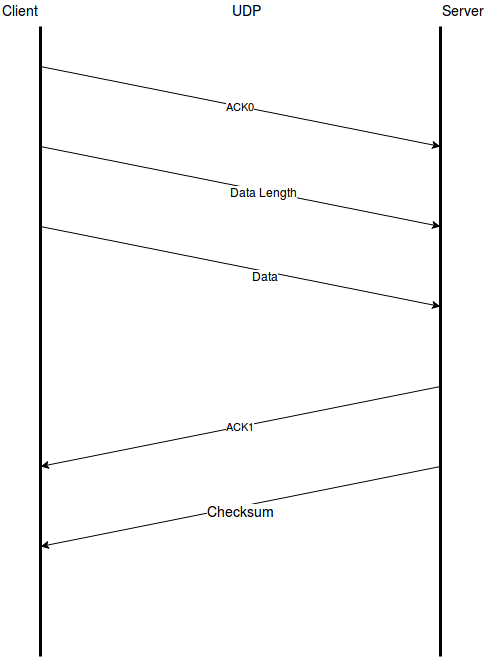
Above: FTv2/FTv2.1/docs/img/TFv2_Diagram.png in caffedrine/FileTransfer_UnixSockets (draw.io), before the change. Source tidied: cells renumbered, new cells last; positions are measured from the earlier drawing's top-left corner, leaving out a move shared by most shapes. Its diagram source:
```xml
<mxGraphModel background="#ffffff">
  <root>
    <mxCell id="0" />
    <mxCell id="1" parent="0" />
    <mxCell id="2" style="endArrow=none;html=1;strokeWidth=3;" parent="1" edge="1">
      <mxGeometry relative="1" as="geometry">
        <mxPoint x="40" y="656" as="sourcePoint" />
        <mxPoint x="40" y="26" as="targetPoint" />
      </mxGeometry>
    </mxCell>
    <mxCell id="3" style="endArrow=none;html=1;shadow=0;strokeWidth=3;" parent="1" edge="1">
      <mxGeometry relative="1" as="geometry">
        <mxPoint x="440" y="656" as="sourcePoint" />
        <mxPoint x="440" y="26" as="targetPoint" />
      </mxGeometry>
    </mxCell>
    <mxCell id="4" value="Client" style="text;html=1;align=left;verticalAlign=top;spacingTop=-4;fontSize=14;" parent="1" vertex="1">
      <mxGeometry width="50" height="20" as="geometry" />
    </mxCell>
    <mxCell id="5" value="Server" style="text;html=1;align=left;verticalAlign=top;spacingTop=-4;strokeWidth=1;perimeterSpacing=0;fontSize=14;" parent="1" vertex="1">
      <mxGeometry x="440" width="50" height="20" as="geometry" />
    </mxCell>
    <mxCell id="6" value="ACK0" style="endArrow=classic;html=1;strokeWidth=1;" parent="1" edge="1">
      <mxGeometry relative="1" as="geometry">
        <mxPoint x="40" y="66" as="sourcePoint" />
        <mxPoint x="440" y="146" as="targetPoint" />
      </mxGeometry>
    </mxCell>
    <mxCell id="7" value="ACK1" style="endArrow=classic;html=1;" parent="1" edge="1">
      <mxGeometry relative="1" as="geometry">
        <mxPoint x="440" y="386" as="sourcePoint" />
        <mxPoint x="40" y="466" as="targetPoint" />
      </mxGeometry>
    </mxCell>
    <mxCell id="8" style="endArrow=classic;html=1;" parent="1" edge="1">
      <mxGeometry relative="1" as="geometry">
        <mxPoint x="40" y="146" as="sourcePoint" />
        <mxPoint x="440" y="226" as="targetPoint" />
      </mxGeometry>
    </mxCell>
    <mxCell id="9" value="Data Length" style="text;html=1;align=center;verticalAlign=middle;labelBackgroundColor=#ffffff;" parent="8" vertex="1">
      <mxGeometry x="0.12" y="-1" relative="1" as="geometry" />
    </mxCell>
    <mxCell id="10" style="endArrow=classic;html=1;" parent="1" edge="1">
      <mxGeometry relative="1" as="geometry">
        <mxPoint x="40" y="226" as="sourcePoint" />
        <mxPoint x="440" y="306" as="targetPoint" />
      </mxGeometry>
    </mxCell>
    <mxCell id="11" value="Data" style="text;html=1;align=center;verticalAlign=middle;labelBackgroundColor=#ffffff;" parent="10" vertex="1">
      <mxGeometry x="0.13" y="-4" relative="1" as="geometry" />
    </mxCell>
    <mxCell id="12" value="UDP" style="text;html=1;align=left;verticalAlign=top;spacingTop=-4;fontSize=14;" parent="1" vertex="1">
      <mxGeometry x="230" width="40" height="20" as="geometry" />
    </mxCell>
    <mxCell id="13" style="endArrow=classic;html=1;shadow=0;strokeWidth=1;fontSize=14;" parent="1" edge="1">
      <mxGeometry relative="1" as="geometry">
        <mxPoint x="440" y="466" as="sourcePoint" />
        <mxPoint x="40" y="546" as="targetPoint" />
      </mxGeometry>
    </mxCell>
    <mxCell id="14" value="Checksum" style="text;html=1;align=center;verticalAlign=middle;labelBackgroundColor=#ffffff;fontSize=14;" parent="13" vertex="1">
      <mxGeometry y="5" relative="1" as="geometry" />
    </mxCell>
  </root>
</mxGraphModel>
```
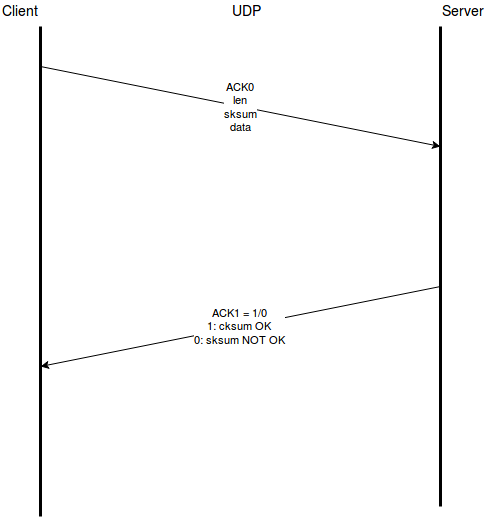
After the change.

What changed in the source:
```diff
@@ -4,13 +4,13 @@
     <mxCell id="1" parent="0" />
     <mxCell id="2" style="endArrow=none;html=1;strokeWidth=3;" parent="1" edge="1">
       <mxGeometry relative="1" as="geometry">
-        <mxPoint x="40" y="656" as="sourcePoint" />
+        <mxPoint x="40" y="516" as="sourcePoint" />
         <mxPoint x="40" y="26" as="targetPoint" />
       </mxGeometry>
     </mxCell>
     <mxCell id="3" style="endArrow=none;html=1;shadow=0;strokeWidth=3;" parent="1" edge="1">
       <mxGeometry relative="1" as="geometry">
-        <mxPoint x="440" y="656" as="sourcePoint" />
+        <mxPoint x="440" y="506" as="sourcePoint" />
         <mxPoint x="440" y="26" as="targetPoint" />
       </mxGeometry>
     </mxCell>
@@ -20,47 +20,20 @@
     <mxCell id="5" value="Server" style="text;html=1;align=left;verticalAlign=top;spacingTop=-4;strokeWidth=1;perimeterSpacing=0;fontSize=14;" parent="1" vertex="1">
       <mxGeometry x="440" width="50" height="20" as="geometry" />
     </mxCell>
-    <mxCell id="6" value="ACK0" style="endArrow=classic;html=1;strokeWidth=1;" parent="1" edge="1">
+    <mxCell id="6" value="ACK0&lt;br&gt;len&lt;br&gt;sksum&lt;br&gt;data" style="endArrow=classic;html=1;strokeWidth=1;" parent="1" edge="1">
       <mxGeometry relative="1" as="geometry">
         <mxPoint x="40" y="66" as="sourcePoint" />
         <mxPoint x="440" y="146" as="targetPoint" />
       </mxGeometry>
     </mxCell>
-    <mxCell id="7" value="ACK1" style="endArrow=classic;html=1;" parent="1" edge="1">
+    <mxCell id="7" value="ACK1 = 1/0&lt;br&gt;1: cksum OK&lt;br&gt;0: sksum NOT OK" style="endArrow=classic;html=1;" parent="1" edge="1">
       <mxGeometry relative="1" as="geometry">
-        <mxPoint x="440" y="386" as="sourcePoint" />
-        <mxPoint x="40" y="466" as="targetPoint" />
+        <mxPoint x="440" y="286" as="sourcePoint" />
+        <mxPoint x="40" y="366" as="targetPoint" />
       </mxGeometry>
     </mxCell>
-    <mxCell id="8" style="endArrow=classic;html=1;" parent="1" edge="1">
-      <mxGeometry relative="1" as="geometry">
-        <mxPoint x="40" y="146" as="sourcePoint" />
-        <mxPoint x="440" y="226" as="targetPoint" />
-      </mxGeometry>
-    </mxCell>
-    <mxCell id="9" value="Data Length" style="text;html=1;align=center;verticalAlign=middle;labelBackgroundColor=#ffffff;" parent="8" vertex="1">
-      <mxGeometry x="0.12" y="-1" relative="1" as="geometry" />
-    </mxCell>
-    <mxCell id="10" style="endArrow=classic;html=1;" parent="1" edge="1">
-      <mxGeometry relative="1" as="geometry">
-        <mxPoint x="40" y="226" as="sourcePoint" />
-        <mxPoint x="440" y="306" as="targetPoint" />
-      </mxGeometry>
-    </mxCell>
-    <mxCell id="11" value="Data" style="text;html=1;align=center;verticalAlign=middle;labelBackgroundColor=#ffffff;" parent="10" vertex="1">
-      <mxGeometry x="0.13" y="-4" relative="1" as="geometry" />
-    </mxCell>
     <mxCell id="12" value="UDP" style="text;html=1;align=left;verticalAlign=top;spacingTop=-4;fontSize=14;" parent="1" vertex="1">
       <mxGeometry x="230" width="40" height="20" as="geometry" />
     </mxCell>
-    <mxCell id="13" style="endArrow=classic;html=1;shadow=0;strokeWidth=1;fontSize=14;" parent="1" edge="1">
-      <mxGeometry relative="1" as="geometry">
-        <mxPoint x="440" y="466" as="sourcePoint" />
-        <mxPoint x="40" y="546" as="targetPoint" />
-      </mxGeometry>
-    </mxCell>
-    <mxCell id="14" value="Checksum" style="text;html=1;align=center;verticalAlign=middle;labelBackgroundColor=#ffffff;fontSize=14;" parent="13" vertex="1">
-      <mxGeometry y="5" relative="1" as="geometry" />
-    </mxCell>
   </root>
 </mxGraphModel>
```
